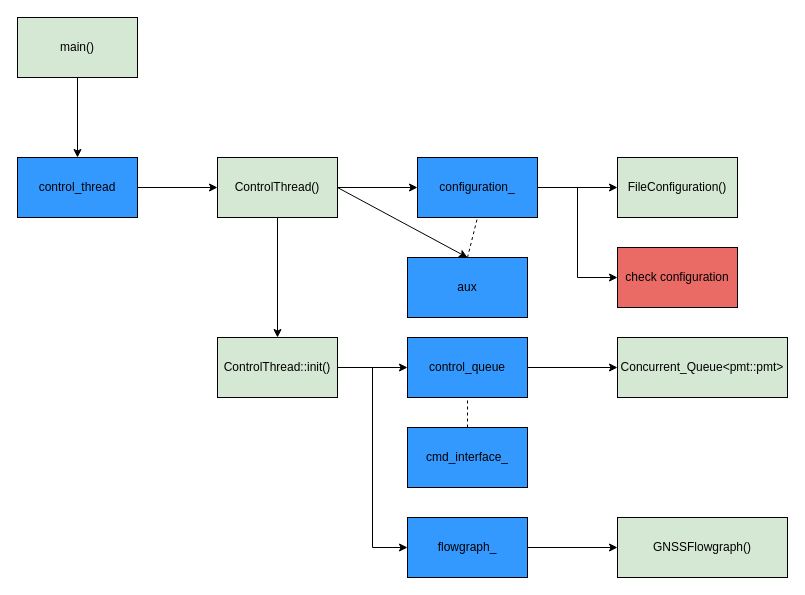
Above: gnss-sdr-call.drawio in Mortarboard-H/gnss-sdr (draw.io), before the change. Source tidied: cells renumbered, new cells numbered last; positions are measured from the earlier drawing's top-left corner, leaving out a move shared by most shapes. Both pictures are drawn from the tidied source at 100%, with x=0, y=0 at pixel (17, 17).
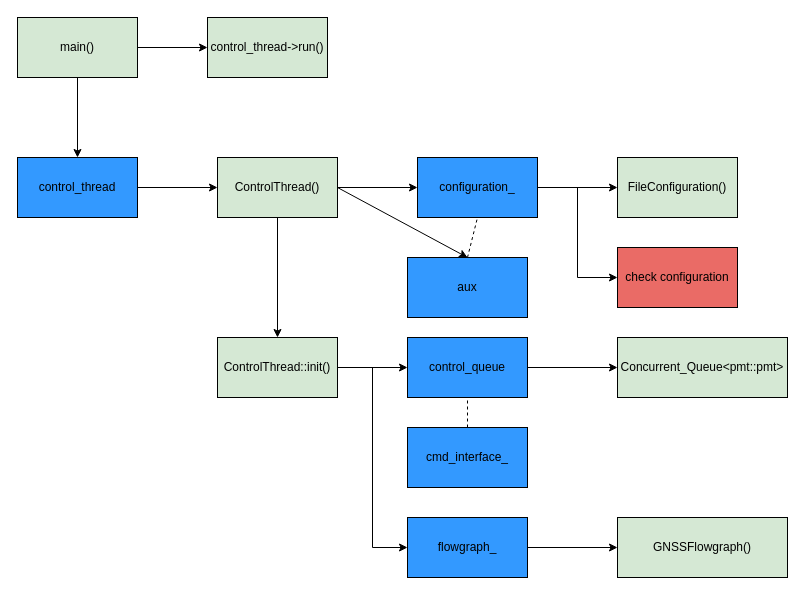
After the change.

The change refers to these unchanged cells:
```xml
<mxCell id="3" value="main()" style="rounded=0;whiteSpace=wrap;html=1;fillColor=#D5E8D4;" parent="1" vertex="1">
  <mxGeometry width="120" height="60" as="geometry" />
</mxCell>
```

What changed in the source:
```diff
@@
+    <mxCell id="28" style="edgeStyle=orthogonalEdgeStyle;rounded=0;jettySize=auto;html=1;exitX=1;exitY=0.5;exitDx=0;exitDy=0;entryX=0;entryY=0.5;entryDx=0;entryDy=0;fontColor=#3399FF;" parent="1" edge="1" source="3" target="29">
+      <mxGeometry relative="1" as="geometry" />
+    </mxCell>
@@
+    <mxCell id="29" value="control_thread-&amp;gt;run()" style="whiteSpace=wrap;html=1;rounded=0;fillColor=#D5E8D4;" parent="1" vertex="1">
+      <mxGeometry x="190" width="120" height="60" as="geometry" />
+    </mxCell>
```
